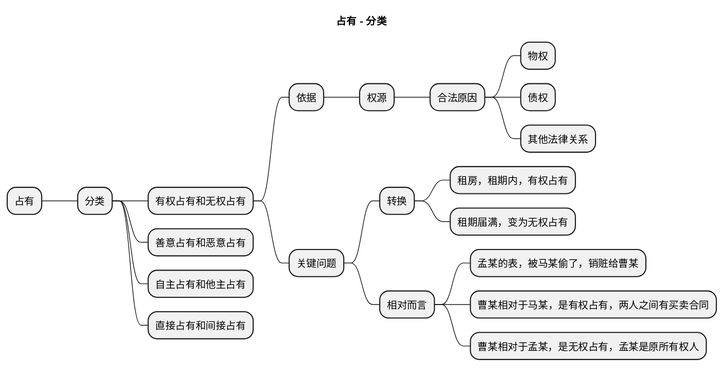
This is assets/images/law/civil/占有-分类.svg from lsieun/lsieun.github.io, a PlantUML export, as it was before one commit. Its diagram source:
```plantuml
@startmindmap

!include ../../style/plantuml-mind-map-style.iuml

title 占有 - 分类

* 占有
    * 分类
        * 有权占有和无权占有
            * 依据
                * 权源
                    * 合法原因
                        * 物权
                        * 债权
                        * 其他法律关系
            * 关键问题
                * 转换
                    * 租房，租期内，有权占有
                    * 租期届满，变为无权占有
                * 相对而言
                    * 孟某的表，被马某偷了，销赃给曹某
                    * 曹某相对于马某，是有权占有，两人之间有买卖合同
                    * 曹某相对于孟某，是无权占有，孟某是原所有权人
        * 善意占有和恶意占有
        * 自主占有和他主占有
        * 直接占有和间接占有

@endmindmap
```
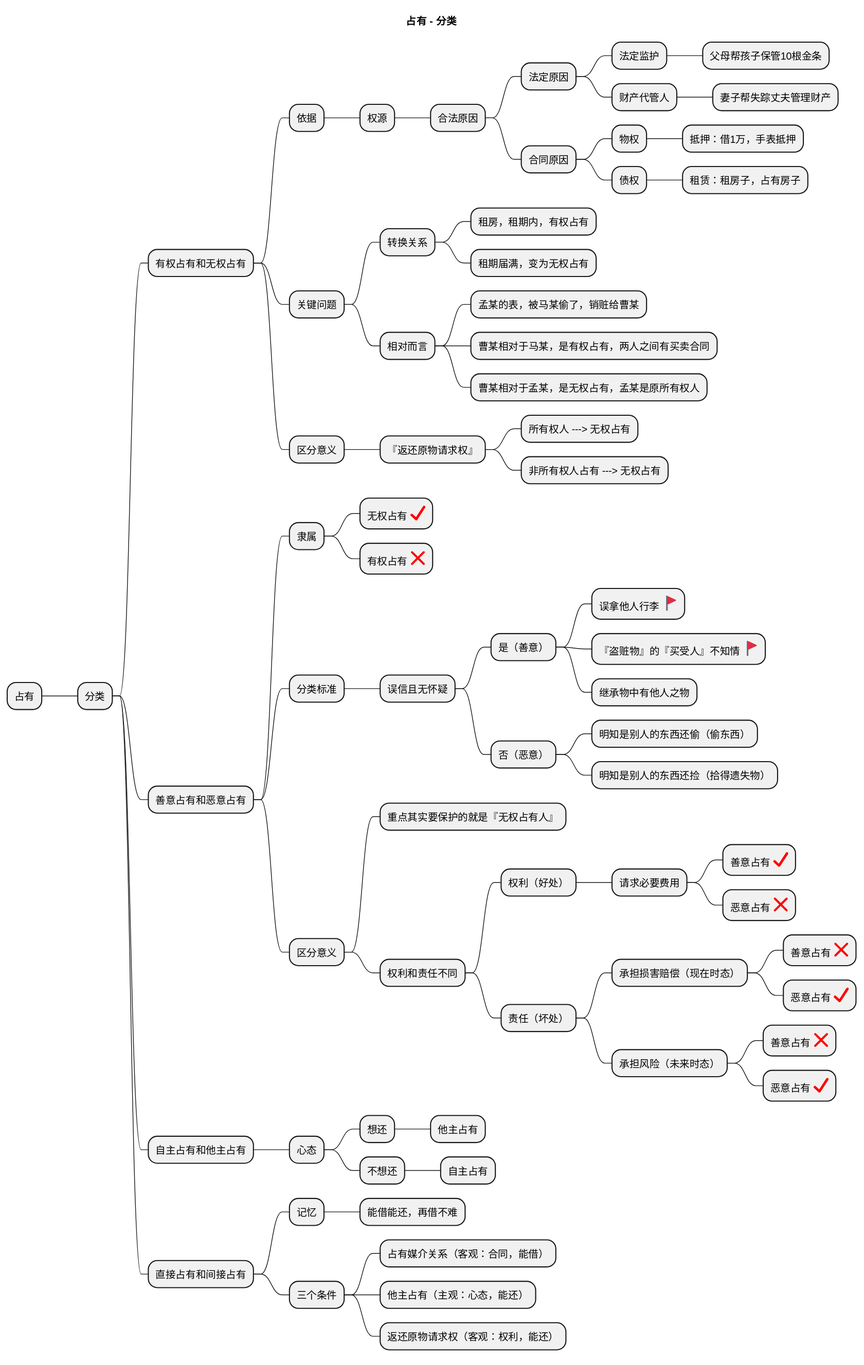
After the change.

The edit, as a diff of the source:
```diff
@@ -10,19 +10,67 @@
             * 依据
                 * 权源
                     * 合法原因
-                        * 物权
-                        * 债权
-                        * 其他法律关系
+                        * 法定原因
+                            * 法定监护
+                                * 父母帮孩子保管10根金条
+                            * 财产代管人
+                                * 妻子帮失踪丈夫管理财产
+                        * 合同原因
+                            * 物权
+                                * 抵押：借1万，手表抵押
+                            * 债权
+                                * 租赁：租房子，占有房子
             * 关键问题
-                * 转换
+                * 转换关系
                     * 租房，租期内，有权占有
                     * 租期届满，变为无权占有
                 * 相对而言
                     * 孟某的表，被马某偷了，销赃给曹某
                     * 曹某相对于马某，是有权占有，两人之间有买卖合同
                     * 曹某相对于孟某，是无权占有，孟某是原所有权人
+            * 区分意义
+                * 『返还原物请求权』
+                    * 所有权人 ---> 无权占有
+                    * 非所有权人占有 ---> 无权占有
         * 善意占有和恶意占有
+            * 隶属
+                * 无权占有 <#red:heavy_check_mark:>
+                * 有权占有 <#red:x:>
+            * 分类标准
+                * 误信且无怀疑
+                    * 是（善意）
+                        * 误拿他人行李 <:triangular_flag_on_post:>
+                        * 『盗赃物』的『买受人』不知情 <:triangular_flag_on_post:>
+                        * 继承物中有他人之物
+                    * 否（恶意）
+                        * 明知是别人的东西还偷（偷东西）
+                        * 明知是别人的东西还捡（拾得遗失物）
+            * 区分意义
+                * 重点其实要保护的就是『无权占有人』
+                * 权利和责任不同
+                    * 权利（好处）
+                        * 请求必要费用
+                            * 善意占有 <#red:heavy_check_mark:>
+                            * 恶意占有 <#red:x:>
+                    * 责任（坏处）
+                        * 承担损害赔偿（现在时态）
+                            * 善意占有 <#red:x:>
+                            * 恶意占有 <#red:heavy_check_mark:>
+                        * 承担风险（未来时态）
+                            * 善意占有 <#red:x:>
+                            * 恶意占有 <#red:heavy_check_mark:>
         * 自主占有和他主占有
+            * 心态
+                * 想还
+                    * 他主占有
+                * 不想还
+                    * 自主占有
         * 直接占有和间接占有
+            * 记忆
+                * 能借能还，再借不难
+            * 三个条件
+                * 占有媒介关系（客观：合同，能借）
+                * 他主占有（主观：心态，能还）
+                * 返还原物请求权（客观：权利，能还）
 
 @endmindmap
```
